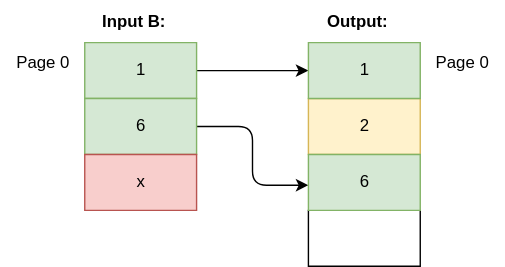
Earlier version of the draw.io export images/MergeResponsesKomplexSolution2.svg (cwahlmann/searchadapter). Source tidied: cells renumbered, new cells last; positions are measured from the earlier drawing's top-left corner, leaving out a move shared by most shapes. Source of this version:
```xml
<mxGraphModel>
  <root>
    <mxCell id="0" />
    <mxCell id="1" parent="0" />
    <mxCell id="2" style="edgeStyle=orthogonalEdgeStyle;rounded=0;jettySize=auto;html=1;entryX=0;entryY=0.5;entryDx=0;entryDy=0;entryPerimeter=0;" parent="1" edge="1" source="3" target="13">
      <mxGeometry relative="1" as="geometry" />
    </mxCell>
    <mxCell id="3" value="1" style="verticalLabelPosition=middle;verticalAlign=middle;html=1;shape=mxgraph.basic.rect;fillColor2=none;strokeWidth=1;size=20;indent=5;labelPosition=center;align=center;fillColor=#d5e8d4;strokeColor=#82b366;" parent="1" vertex="1">
      <mxGeometry x="60" y="30" width="80" height="40" as="geometry" />
    </mxCell>
    <mxCell id="4" style="edgeStyle=orthogonalEdgeStyle;jettySize=auto;html=1;entryX=0;entryY=0.55;entryDx=0;entryDy=0;entryPerimeter=0;rounded=1;" parent="1" edge="1" source="5" target="14">
      <mxGeometry relative="1" as="geometry" />
    </mxCell>
    <mxCell id="5" value="6" style="verticalLabelPosition=middle;verticalAlign=middle;html=1;shape=mxgraph.basic.rect;fillColor2=none;strokeWidth=1;size=20;indent=5;labelPosition=center;align=center;fillColor=#d5e8d4;strokeColor=#82b366;" parent="1" vertex="1">
      <mxGeometry x="60" y="70" width="80" height="40" as="geometry" />
    </mxCell>
    <mxCell id="6" value="&lt;b&gt;Input B:&lt;/b&gt;" style="text;html=1;align=center;verticalAlign=middle;strokeColor=none;fillColor=none;" parent="1" vertex="1">
      <mxGeometry x="60" width="70" height="30" as="geometry" />
    </mxCell>
    <mxCell id="7" value="x" style="verticalLabelPosition=middle;verticalAlign=middle;html=1;shape=mxgraph.basic.rect;fillColor2=none;strokeWidth=1;size=20;indent=5;labelPosition=center;align=center;fillColor=#f8cecc;strokeColor=#b85450;" parent="1" vertex="1">
      <mxGeometry x="60" y="110" width="80" height="40" as="geometry" />
    </mxCell>
    <mxCell id="8" value="Page 0" style="text;html=1;align=center;verticalAlign=middle;strokeColor=none;fillColor=none;" parent="1" vertex="1">
      <mxGeometry y="30" width="60" height="30" as="geometry" />
    </mxCell>
    <mxCell id="9" value="Page 0" style="text;html=1;align=center;verticalAlign=middle;strokeColor=none;fillColor=none;" parent="1" vertex="1">
      <mxGeometry x="300" y="30" width="60" height="30" as="geometry" />
    </mxCell>
    <mxCell id="10" value="&lt;b&gt;Output:&lt;/b&gt;" style="text;html=1;align=center;verticalAlign=middle;strokeColor=none;fillColor=none;" parent="1" vertex="1">
      <mxGeometry x="220" width="70" height="30" as="geometry" />
    </mxCell>
    <mxCell id="11" value="2" style="verticalLabelPosition=middle;verticalAlign=middle;html=1;shape=mxgraph.basic.rect;fillColor2=none;strokeWidth=1;size=20;indent=5;labelPosition=center;align=center;fillColor=#fff2cc;strokeColor=#d6b656;" parent="1" vertex="1">
      <mxGeometry x="220" y="70" width="80" height="40" as="geometry" />
    </mxCell>
    <mxCell id="12" style="verticalLabelPosition=middle;verticalAlign=middle;html=1;shape=mxgraph.basic.rect;fillColor2=none;strokeWidth=1;size=20;indent=5;labelPosition=center;align=center;" parent="1" vertex="1">
      <mxGeometry x="220" y="150" width="80" height="40" as="geometry" />
    </mxCell>
    <mxCell id="13" value="1" style="verticalLabelPosition=middle;verticalAlign=middle;html=1;shape=mxgraph.basic.rect;fillColor2=none;strokeWidth=1;size=20;indent=5;labelPosition=center;align=center;fillColor=#d5e8d4;strokeColor=#82b366;" parent="1" vertex="1">
      <mxGeometry x="220" y="30" width="80" height="40" as="geometry" />
    </mxCell>
    <mxCell id="14" value="6" style="verticalLabelPosition=middle;verticalAlign=middle;html=1;shape=mxgraph.basic.rect;fillColor2=none;strokeWidth=1;size=20;indent=5;labelPosition=center;align=center;fillColor=#d5e8d4;strokeColor=#82b366;" parent="1" vertex="1">
      <mxGeometry x="220" y="110" width="80" height="40" as="geometry" />
    </mxCell>
  </root>
</mxGraphModel>
```
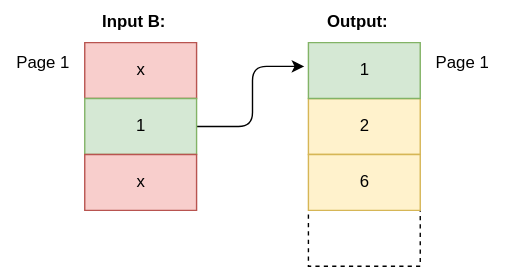
After the change.

Diff of the diagram source:
```diff
@@ -2,16 +2,13 @@
   <root>
     <mxCell id="0" />
     <mxCell id="1" parent="0" />
-    <mxCell id="2" style="edgeStyle=orthogonalEdgeStyle;rounded=0;jettySize=auto;html=1;entryX=0;entryY=0.5;entryDx=0;entryDy=0;entryPerimeter=0;" parent="1" edge="1" source="3" target="13">
-      <mxGeometry relative="1" as="geometry" />
-    </mxCell>
-    <mxCell id="3" value="1" style="verticalLabelPosition=middle;verticalAlign=middle;html=1;shape=mxgraph.basic.rect;fillColor2=none;strokeWidth=1;size=20;indent=5;labelPosition=center;align=center;fillColor=#d5e8d4;strokeColor=#82b366;" parent="1" vertex="1">
+    <mxCell id="3" value="x" style="verticalLabelPosition=middle;verticalAlign=middle;html=1;shape=mxgraph.basic.rect;fillColor2=none;strokeWidth=1;size=20;indent=5;labelPosition=center;align=center;fillColor=#f8cecc;strokeColor=#b85450;" parent="1" vertex="1">
       <mxGeometry x="60" y="30" width="80" height="40" as="geometry" />
     </mxCell>
-    <mxCell id="4" style="edgeStyle=orthogonalEdgeStyle;jettySize=auto;html=1;entryX=0;entryY=0.55;entryDx=0;entryDy=0;entryPerimeter=0;rounded=1;" parent="1" edge="1" source="5" target="14">
+    <mxCell id="4" style="edgeStyle=orthogonalEdgeStyle;jettySize=auto;html=1;entryX=-0.037;entryY=0.425;entryDx=0;entryDy=0;entryPerimeter=0;rounded=1;" parent="1" edge="1" source="5" target="13">
       <mxGeometry relative="1" as="geometry" />
     </mxCell>
-    <mxCell id="5" value="6" style="verticalLabelPosition=middle;verticalAlign=middle;html=1;shape=mxgraph.basic.rect;fillColor2=none;strokeWidth=1;size=20;indent=5;labelPosition=center;align=center;fillColor=#d5e8d4;strokeColor=#82b366;" parent="1" vertex="1">
+    <mxCell id="5" value="1" style="verticalLabelPosition=middle;verticalAlign=middle;html=1;shape=mxgraph.basic.rect;fillColor2=none;strokeWidth=1;size=20;indent=5;labelPosition=center;align=center;fillColor=#d5e8d4;strokeColor=#82b366;" parent="1" vertex="1">
       <mxGeometry x="60" y="70" width="80" height="40" as="geometry" />
     </mxCell>
     <mxCell id="6" value="&lt;b&gt;Input B:&lt;/b&gt;" style="text;html=1;align=center;verticalAlign=middle;strokeColor=none;fillColor=none;" parent="1" vertex="1">
@@ -20,10 +17,10 @@
     <mxCell id="7" value="x" style="verticalLabelPosition=middle;verticalAlign=middle;html=1;shape=mxgraph.basic.rect;fillColor2=none;strokeWidth=1;size=20;indent=5;labelPosition=center;align=center;fillColor=#f8cecc;strokeColor=#b85450;" parent="1" vertex="1">
       <mxGeometry x="60" y="110" width="80" height="40" as="geometry" />
     </mxCell>
-    <mxCell id="8" value="Page 0" style="text;html=1;align=center;verticalAlign=middle;strokeColor=none;fillColor=none;" parent="1" vertex="1">
+    <mxCell id="8" value="Page 1" style="text;html=1;align=center;verticalAlign=middle;strokeColor=none;fillColor=none;" parent="1" vertex="1">
       <mxGeometry y="30" width="60" height="30" as="geometry" />
     </mxCell>
-    <mxCell id="9" value="Page 0" style="text;html=1;align=center;verticalAlign=middle;strokeColor=none;fillColor=none;" parent="1" vertex="1">
+    <mxCell id="9" value="Page 1" style="text;html=1;align=center;verticalAlign=middle;strokeColor=none;fillColor=none;" parent="1" vertex="1">
       <mxGeometry x="300" y="30" width="60" height="30" as="geometry" />
     </mxCell>
     <mxCell id="10" value="&lt;b&gt;Output:&lt;/b&gt;" style="text;html=1;align=center;verticalAlign=middle;strokeColor=none;fillColor=none;" parent="1" vertex="1">
@@ -32,13 +29,13 @@
     <mxCell id="11" value="2" style="verticalLabelPosition=middle;verticalAlign=middle;html=1;shape=mxgraph.basic.rect;fillColor2=none;strokeWidth=1;size=20;indent=5;labelPosition=center;align=center;fillColor=#fff2cc;strokeColor=#d6b656;" parent="1" vertex="1">
       <mxGeometry x="220" y="70" width="80" height="40" as="geometry" />
     </mxCell>
-    <mxCell id="12" style="verticalLabelPosition=middle;verticalAlign=middle;html=1;shape=mxgraph.basic.rect;fillColor2=none;strokeWidth=1;size=20;indent=5;labelPosition=center;align=center;" parent="1" vertex="1">
+    <mxCell id="12" style="verticalLabelPosition=middle;verticalAlign=middle;html=1;shape=mxgraph.basic.rect;fillColor2=none;strokeWidth=1;size=20;indent=5;labelPosition=center;align=center;dashed=1;" parent="1" vertex="1">
       <mxGeometry x="220" y="150" width="80" height="40" as="geometry" />
     </mxCell>
     <mxCell id="13" value="1" style="verticalLabelPosition=middle;verticalAlign=middle;html=1;shape=mxgraph.basic.rect;fillColor2=none;strokeWidth=1;size=20;indent=5;labelPosition=center;align=center;fillColor=#d5e8d4;strokeColor=#82b366;" parent="1" vertex="1">
       <mxGeometry x="220" y="30" width="80" height="40" as="geometry" />
     </mxCell>
-    <mxCell id="14" value="6" style="verticalLabelPosition=middle;verticalAlign=middle;html=1;shape=mxgraph.basic.rect;fillColor2=none;strokeWidth=1;size=20;indent=5;labelPosition=center;align=center;fillColor=#d5e8d4;strokeColor=#82b366;" parent="1" vertex="1">
+    <mxCell id="14" value="6" style="verticalLabelPosition=middle;verticalAlign=middle;html=1;shape=mxgraph.basic.rect;fillColor2=none;strokeWidth=1;size=20;indent=5;labelPosition=center;align=center;fillColor=#fff2cc;strokeColor=#d6b656;" parent="1" vertex="1">
       <mxGeometry x="220" y="110" width="80" height="40" as="geometry" />
     </mxCell>
   </root>
```
